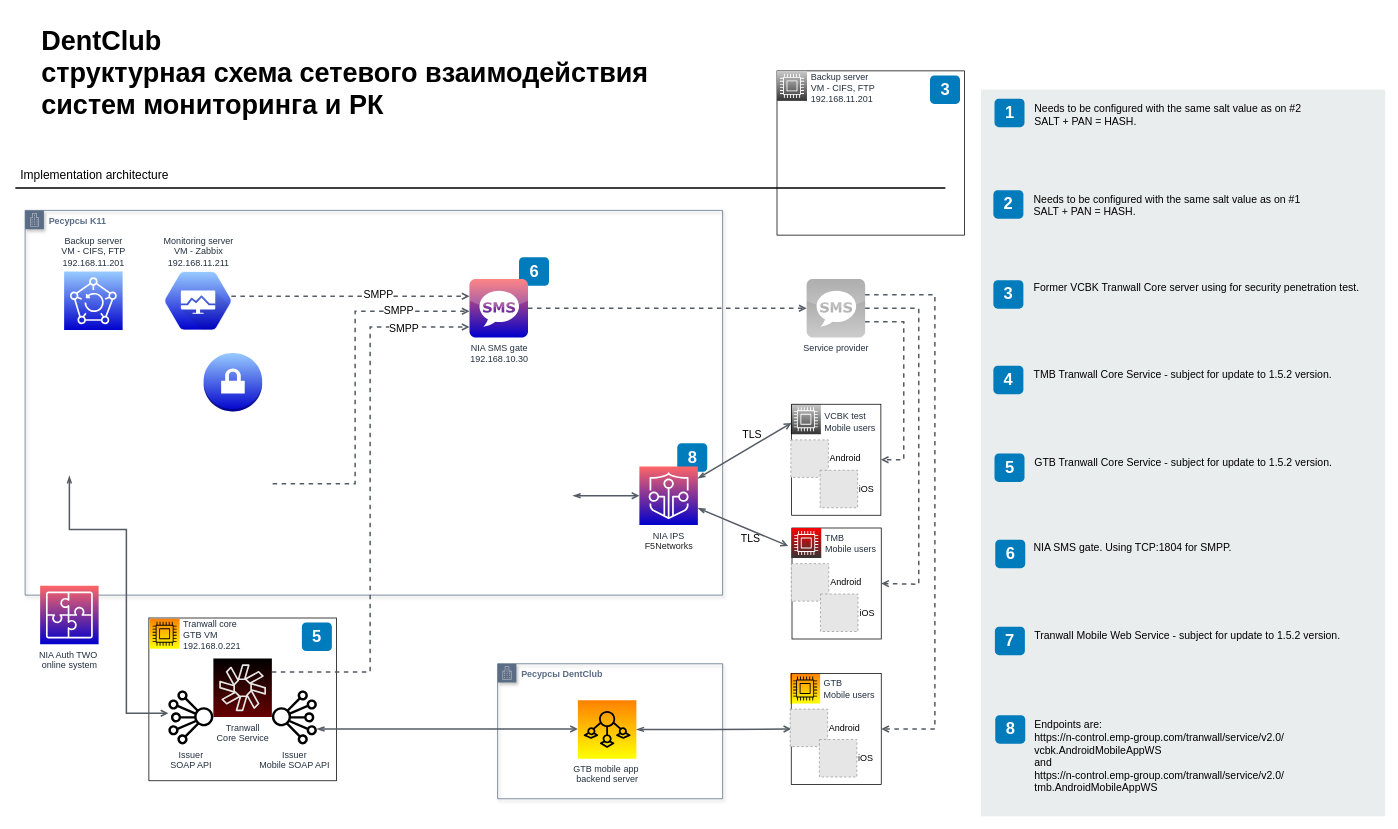
This is DC - network concept.drawio from 7ak/7ak.github.io, a draw.io file, before an edit. Source tidied: cells renumbered, new cells numbered last; positions are measured from the earlier drawing's top-left corner, leaving out a move shared by most shapes. Both pictures are drawn from the tidied source at 75%, with x=0, y=0 at pixel (15, 22). Pictures stored in the file or linked from it are replaced by grey dashed boxes.
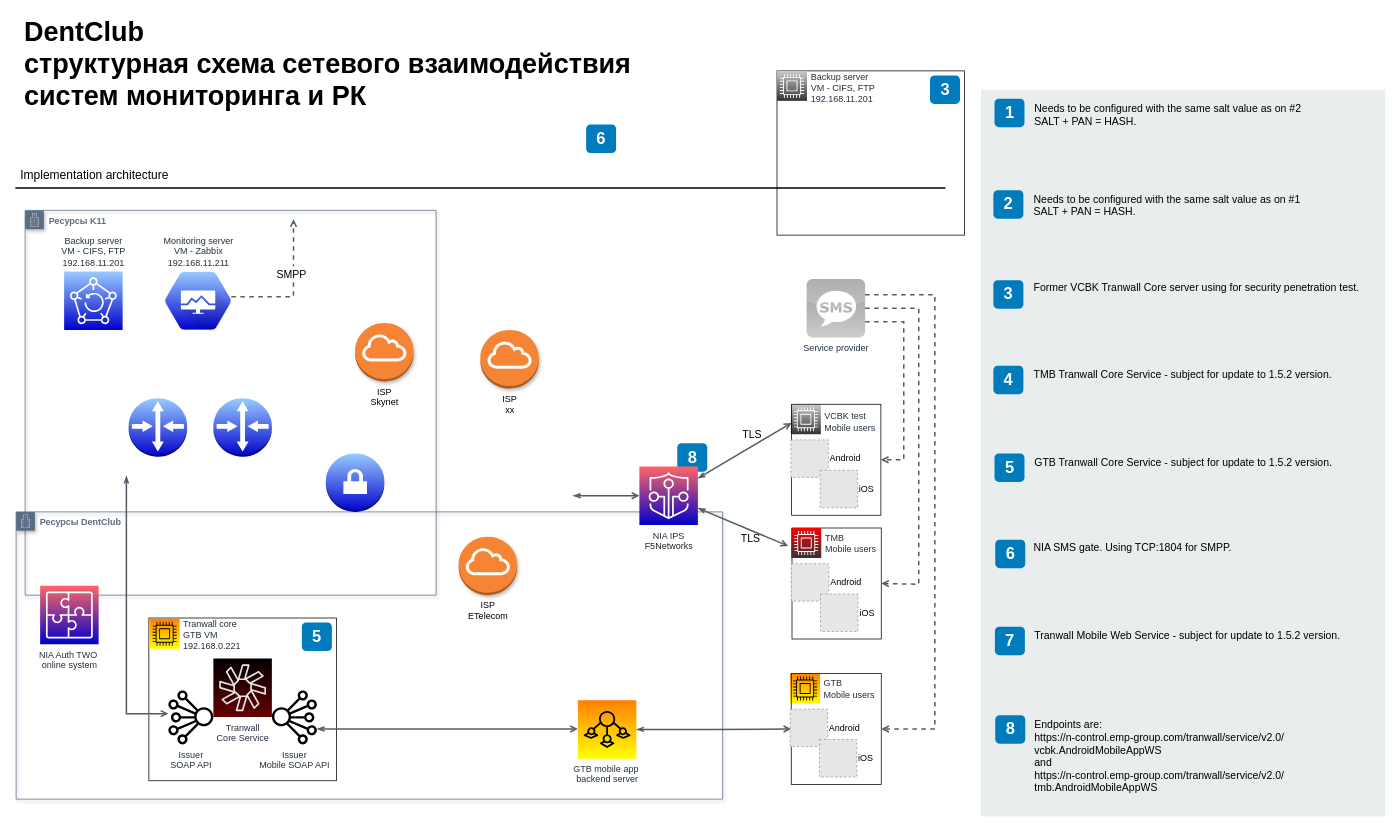
Above is the later version.

The change refers to these unchanged cells:
```xml
<mxCell id="32" value="Issuer&lt;br&gt;SOAP API" style="outlineConnect=0;fontColor=#232F3E;gradientColor=none;fillColor=#000000;strokeColor=none;dashed=0;verticalLabelPosition=bottom;verticalAlign=top;align=center;html=1;fontSize=12;fontStyle=0;shape=mxgraph.aws4.iot_analytics_channel;" parent="1" vertex="1">
  <mxGeometry x="204" y="891" width="60" height="72" as="geometry" />
</mxCell>
<mxCell id="33" value="&lt;span style=&quot;text-align: left&quot;&gt;Tranwall&lt;/span&gt;&lt;br style=&quot;text-align: left&quot;&gt;&lt;span style=&quot;text-align: left&quot;&gt;Core Service&lt;/span&gt;" style="outlineConnect=0;fontColor=#232F3E;gradientColor=#000000;gradientDirection=north;fillColor=#660000;strokeColor=#E6E6E6;dashed=0;verticalLabelPosition=bottom;verticalAlign=top;align=center;html=1;fontSize=12;fontStyle=0;shape=mxgraph.aws4.resourceIcon;resIcon=mxgraph.aws4.chime;shadow=0;" parent="1" vertex="1">
  <mxGeometry x="264" y="848.5" width="78" height="78" as="geometry" />
</mxCell>
<mxCell id="67" value="Service provider" style="dashed=0;outlineConnect=0;html=1;align=center;labelPosition=center;verticalLabelPosition=bottom;verticalAlign=top;shape=mxgraph.webicons.sms;fillColor=#CCCCCC;gradientColor=#999999;strokeColor=#ffffff;fontColor=#232F3E;fontStyle=0;gradientDirection=north;" parent="1" vertex="1">
  <mxGeometry x="1055" y="342.5" width="78" height="78" as="geometry" />
</mxCell>
<mxCell id="75" value="Monitoring server&lt;br&gt;VM - Zabbix&lt;br&gt;192.168.11.211" style="shape=mxgraph.gcp.management_tools.monitoring;html=1;fillColor=#0000CC;gradientColor=#99CCFF;strokeColor=#ffffff;verticalLabelPosition=top;verticalAlign=bottom;align=center;dashed=0;fontColor=#232F3E;fontStyle=0;gradientDirection=north;spacing=5;spacingTop=0;spacingBottom=0;labelPosition=center;" parent="1" vertex="1">
  <mxGeometry x="199" y="332.5" width="89" height="78" as="geometry" />
</mxCell>
```

Change to the diagram source:
```diff
@@
     <mxCell id="2" value="Ресурсы K11" style="points=[[0,0],[0.25,0],[0.5,0],[0.75,0],[1,0],[1,0.25],[1,0.5],[1,0.75],[1,1],[0.75,1],[0.5,1],[0.25,1],[0,1],[0,0.75],[0,0.5],[0,0.25]];outlineConnect=0;gradientColor=#ffffff;html=1;whiteSpace=wrap;fontSize=12;fontStyle=1;shape=mxgraph.aws4.group;grIcon=mxgraph.aws4.group_corporate_data_center;strokeColor=#5A6C86;fillColor=none;verticalAlign=top;align=left;spacingLeft=30;fontColor=#5A6C86;dashed=0;shadow=1;" parent="1" vertex="1">
-      <mxGeometry x="13" y="251" width="930" height="513" as="geometry" />
+      <mxGeometry x="13" y="251" width="548" height="513" as="geometry" />
     </mxCell>
@@
     <mxCell id="4" value="6" style="rounded=1;whiteSpace=wrap;html=1;fillColor=#007CBD;strokeColor=none;fontColor=#FFFFFF;fontStyle=1;fontSize=22;" parent="1" vertex="1">
-      <mxGeometry x="671.5" y="313.5" width="40" height="38" as="geometry" />
+      <mxGeometry x="761" y="136.5" width="40" height="38" as="geometry" />
     </mxCell>
@@
     <mxCell id="9" value="&lt;b&gt;Ресурсы DentClub&lt;br&gt;&lt;/b&gt;" style="gradientColor=#ffffff;html=1;whiteSpace=wrap;fontSize=12;fontStyle=0;shape=mxgraph.aws4.group;grIcon=mxgraph.aws4.group_corporate_data_center;strokeColor=#5A6C86;fillColor=none;verticalAlign=top;align=left;spacingLeft=30;fontColor=#5A6C86;dashed=0;shadow=1;" parent="1" vertex="1">
-      <mxGeometry x="643" y="855.5" width="300" height="180" as="geometry" />
+      <mxGeometry x="1" y="653" width="942" height="383" as="geometry" />
     </mxCell>
     <mxCell id="10" style="edgeStyle=orthogonalEdgeStyle;rounded=0;jettySize=auto;html=1;strokeColor=#545B64;strokeWidth=2;endFill=0;endArrow=open;startArrow=openThin;startFill=0;" parent="1" edge="1" target="32">
       <mxGeometry relative="1" as="geometry">
-        <mxPoint x="72" y="605" as="sourcePoint" />
+        <mxPoint x="148" y="605" as="sourcePoint" />
         <Array as="points">
-          <mxPoint x="148" y="676.5" />
-          <mxPoint x="148" y="921.5" />
+          <mxPoint x="148" y="605" />
+          <mxPoint x="148" y="922" />
         </Array>
       </mxGeometry>
     </mxCell>
     <mxCell id="11" value="DentClub&lt;br&gt;структурная схема сетевого взаимодействия &lt;br&gt;систем мониторинга и РК&lt;br&gt;&lt;div style=&quot;font-size: 36px&quot;&gt;&lt;/div&gt;" style="text;html=1;align=left;verticalAlign=top;spacingTop=-4;fontSize=36;fontStyle=1;" parent="1" vertex="1">
-      <mxGeometry x="33" width="840" height="130" as="geometry" />
+      <mxGeometry x="10" y="-12" width="840" height="130" as="geometry" />
     </mxCell>
@@
-    <mxCell id="37" value="NIA SMS gate&lt;br&gt;192.168.10.30" style="dashed=0;outlineConnect=0;html=1;align=center;labelPosition=center;verticalLabelPosition=bottom;verticalAlign=top;shape=mxgraph.webicons.sms;fillColor=#0000CC;gradientColor=#FF6666;strokeColor=#ffffff;fontColor=#232F3E;fontStyle=0;gradientDirection=north;" parent="1" vertex="1">
-      <mxGeometry x="605.5" y="342.5" width="78" height="78" as="geometry" />
-    </mxCell>
-    <mxCell id="38" style="edgeStyle=orthogonalEdgeStyle;rounded=0;jettySize=auto;html=1;strokeColor=#545B64;strokeWidth=2;endFill=0;endArrow=open;startArrow=none;startFill=0;dashed=1;" parent="1" edge="1" source="75" target="37">
+    <mxCell id="38" style="edgeStyle=orthogonalEdgeStyle;rounded=0;jettySize=auto;html=1;strokeColor=#545B64;strokeWidth=2;endFill=0;endArrow=open;startArrow=none;startFill=0;dashed=1;entryX=0.653;entryY=0.023;entryDx=0;entryDy=0;entryPerimeter=0;" parent="1" edge="1" source="75" target="2">
       <mxGeometry relative="1" as="geometry">
         <Array as="points">
-          <mxPoint x="473" y="365.5" />
-          <mxPoint x="473" y="365.5" />
+          <mxPoint x="371" y="366" />
         </Array>
       </mxGeometry>
     </mxCell>
@@
-    <mxCell id="40" style="edgeStyle=orthogonalEdgeStyle;rounded=0;jettySize=auto;html=1;strokeColor=#545B64;strokeWidth=2;endFill=0;endArrow=open;startArrow=none;startFill=0;dashed=1;" parent="1" edge="1" target="37">
-      <mxGeometry relative="1" as="geometry">
-        <mxPoint x="343" y="615.5" as="sourcePoint" />
-        <Array as="points">
-          <mxPoint x="343" y="615.5" />
-          <mxPoint x="453" y="615.5" />
-          <mxPoint x="453" y="385.5" />
-        </Array>
-      </mxGeometry>
-    </mxCell>
-    <mxCell id="41" value="SMPP" style="text;html=1;align=center;verticalAlign=middle;labelBackgroundColor=#ffffff;fontSize=14;fontColor=#000000;" parent="40" vertex="1">
-      <mxGeometry x="0.6" y="1" relative="1" as="geometry">
-        <mxPoint x="3" as="offset" />
-      </mxGeometry>
-    </mxCell>
-    <mxCell id="42" style="edgeStyle=orthogonalEdgeStyle;rounded=0;jettySize=auto;html=1;strokeColor=#545B64;strokeWidth=2;endFill=0;endArrow=open;startArrow=none;startFill=0;dashed=1;" parent="1" edge="1" source="33" target="37">
-      <mxGeometry relative="1" as="geometry">
-        <Array as="points">
-          <mxPoint x="473" y="866.5" />
-          <mxPoint x="473" y="406.5" />
-        </Array>
-      </mxGeometry>
-    </mxCell>
-    <mxCell id="43" value="SMPP" style="text;html=1;align=center;verticalAlign=middle;labelBackgroundColor=#ffffff;fontSize=14;fontColor=#000000;" parent="42" vertex="1">
-      <mxGeometry x="0.75" y="-1" relative="1" as="geometry">
-        <mxPoint x="2" as="offset" />
-      </mxGeometry>
-    </mxCell>
@@
-    <mxCell id="66" style="rounded=0;jettySize=auto;html=1;strokeColor=#545B64;strokeWidth=2;endFill=0;endArrow=open;startArrow=none;startFill=0;dashed=1;" parent="1" edge="1" source="37" target="67">
-      <mxGeometry relative="1" as="geometry" />
-    </mxCell>
@@
     <mxCell id="76" style="dashed=0;verticalLabelPosition=bottom;verticalAlign=bottom;align=center;html=1;shape=mxgraph.aws3.vpn_gateway;fillColor=#0000CC;gradientColor=#99CCFF;fontColor=#232F3E;fontStyle=0;strokeColor=#ffffff;gradientDirection=north;spacing=5;spacingTop=0;spacingBottom=0;" parent="1" vertex="1">
-      <mxGeometry x="251" y="441" width="78" height="78" as="geometry" />
+      <mxGeometry x="414" y="575" width="78" height="78" as="geometry" />
     </mxCell>
@@
+    <mxCell id="78" style="dashed=0;verticalLabelPosition=bottom;verticalAlign=bottom;align=center;html=1;shape=mxgraph.aws3.router;fillColor=#0000CC;gradientColor=#99CCFF;labelBackgroundColor=none;fontColor=#232F3E;fontStyle=0;strokeColor=#ffffff;gradientDirection=north;spacing=5;spacingTop=0;spacingBottom=0;" parent="1" vertex="1">
+      <mxGeometry x="151" y="501.5" width="78" height="78" as="geometry" />
+    </mxCell>
+    <mxCell id="79" style="dashed=0;verticalLabelPosition=bottom;verticalAlign=bottom;align=center;html=1;shape=mxgraph.aws3.router;fillColor=#0000CC;gradientColor=#99CCFF;labelBackgroundColor=none;fontColor=#232F3E;fontStyle=0;strokeColor=#ffffff;gradientDirection=north;spacing=5;spacingTop=0;spacingBottom=0;" parent="1" vertex="1">
+      <mxGeometry x="264" y="501.5" width="78" height="78" as="geometry" />
+    </mxCell>
+    <mxCell id="80" value="ISP&lt;br&gt;Skynet" style="dashed=0;verticalLabelPosition=bottom;verticalAlign=top;align=center;html=1;shape=mxgraph.aws3.internet_gateway;fillColor=#F58534;gradientColor=none;shadow=1;labelBackgroundColor=none;" parent="1" vertex="1">
+      <mxGeometry x="453" y="401" width="78" height="78" as="geometry" />
+    </mxCell>
+    <mxCell id="81" value="ISP&lt;br&gt;xx" style="dashed=0;verticalLabelPosition=bottom;verticalAlign=top;align=center;html=1;shape=mxgraph.aws3.internet_gateway;fillColor=#F58534;gradientColor=none;shadow=1;labelBackgroundColor=none;" parent="1" vertex="1">
+      <mxGeometry x="620" y="410.5" width="78" height="78" as="geometry" />
+    </mxCell>
+    <mxCell id="82" value="ISP&lt;br&gt;ETelecom" style="dashed=0;verticalLabelPosition=bottom;verticalAlign=top;align=center;html=1;shape=mxgraph.aws3.internet_gateway;fillColor=#F58534;gradientColor=none;shadow=1;labelBackgroundColor=none;" parent="1" vertex="1">
+      <mxGeometry x="591" y="686" width="78" height="78" as="geometry" />
+    </mxCell>
```
